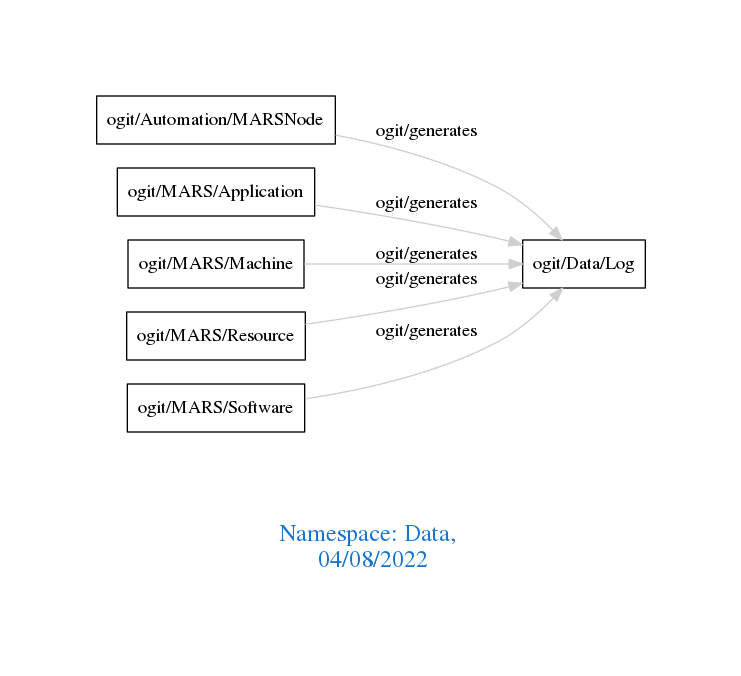
This is downloads/Data.png from arago/OGIT, a Graphviz export, as it was before one commit. Its source is kept beside it as downloads/Data.dot.
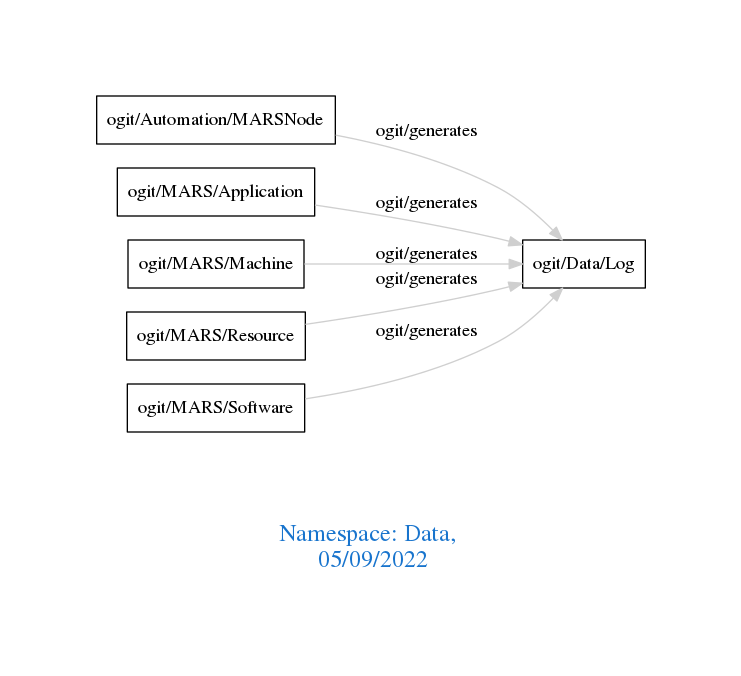
After the commit.

What changed in the source:
```diff
@@ -1,7 +1,7 @@
 digraph OGIT_ontology {
  graph [ rankdir= LR,pad=1
 fontsize = 18,
-fontcolor= dodgerblue3,label = "\n\n\nNamespace: Data, \n 04/08/2022"];
+fontcolor= dodgerblue3,label = "\n\n\nNamespace: Data, \n 05/09/2022"];
 node[shape=polygon];
 edge [  color="gray81"];
 
```
